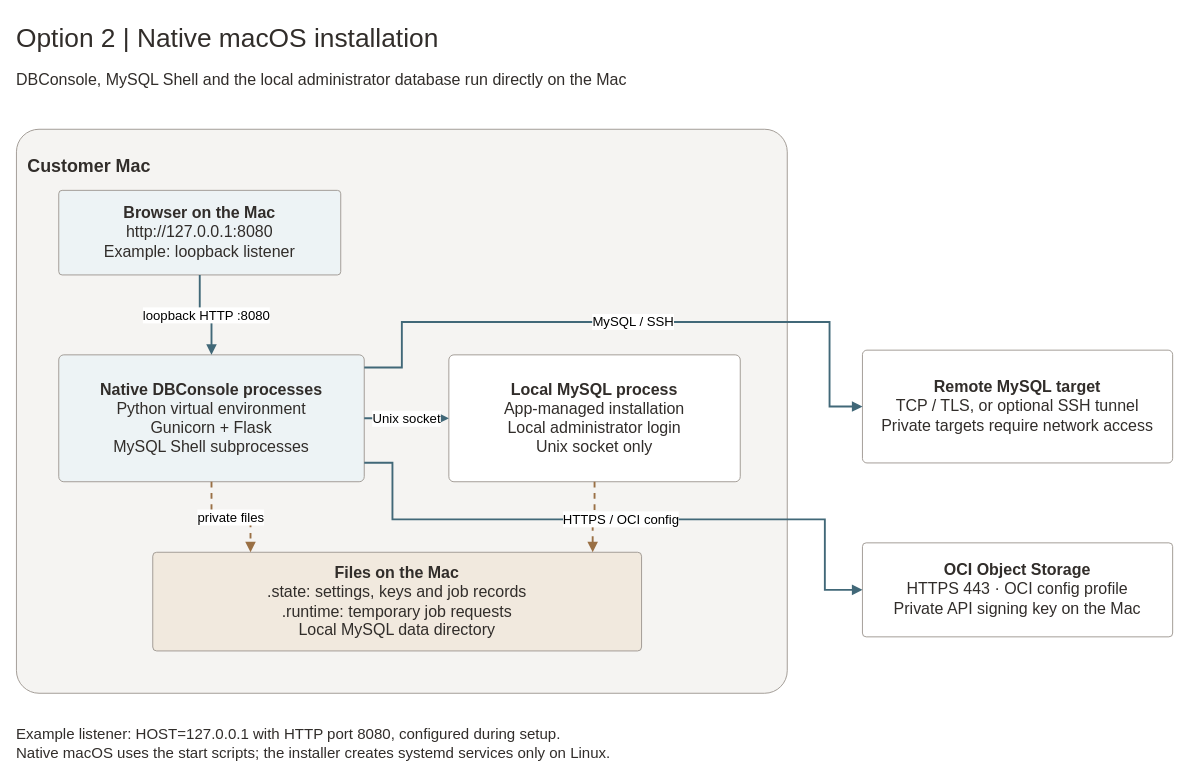
Before: docs/diagrams/architecture-macos.drawio in ivanxma/mysqlconsole, a draw.io diagram. Source tidied: cells renumbered, new cells numbered last; positions are measured from the earlier drawing's top-left corner, leaving out a move shared by most shapes. Both pictures are drawn from the tidied source at 94%, with x=0, y=0 at pixel (16, 16).
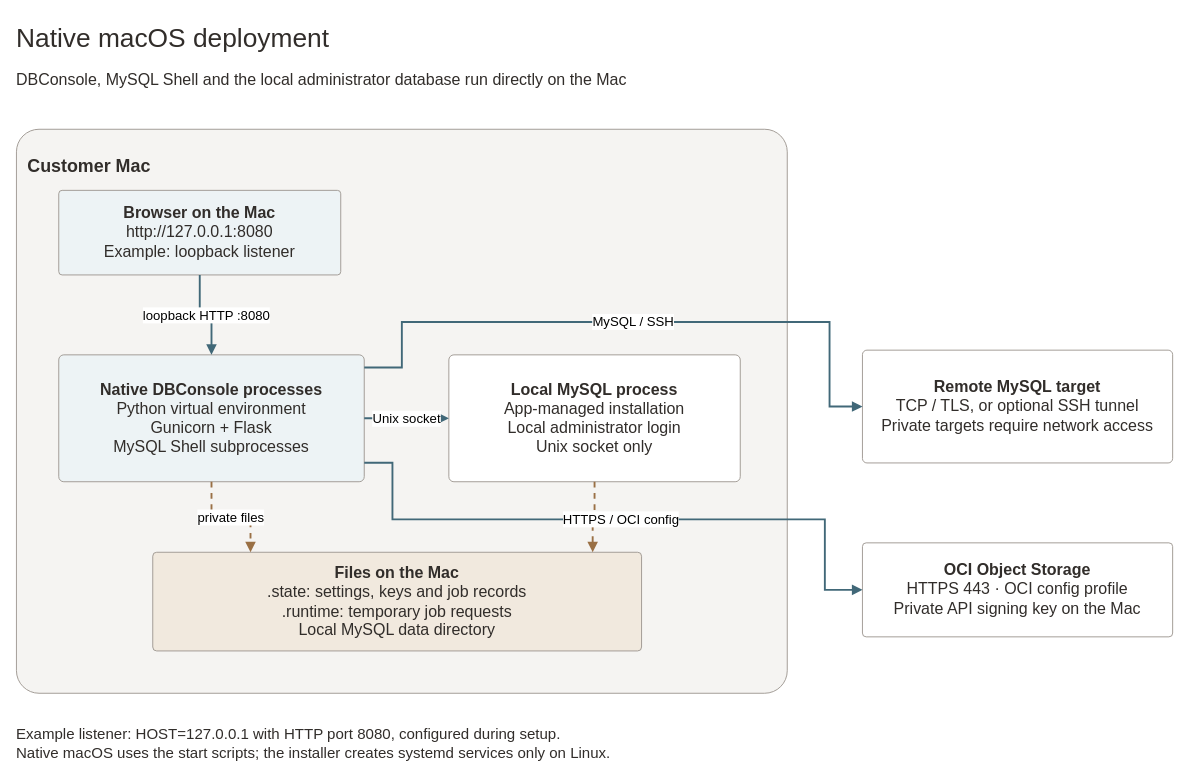
The same page after the edit.

Commit message (it also covers changes not shown here):
docs: remove conflicting deployment option numbers

Diff of the diagram source:
```diff
@@
-    <mxCell id="2" value="Option 2  |  Native macOS installation" style="rounded=1;arcSize=4;whiteSpace=wrap;html=1;fontFamily=Helvetica;fontSize=17;fontColor=#312D2A;fillColor=#FFFFFF;strokeColor=#9E9892;spacing=12;fillColor=none;strokeColor=none;align=left;spacing=0;fontSize=28;" parent="1" vertex="1">
+    <mxCell id="2" value="Native macOS deployment" style="rounded=1;arcSize=4;whiteSpace=wrap;html=1;fontFamily=Helvetica;fontSize=17;fontColor=#312D2A;fillColor=#FFFFFF;strokeColor=#9E9892;spacing=12;fillColor=none;strokeColor=none;align=left;spacing=0;fontSize=28;" parent="1" vertex="1">
       <mxGeometry width="1240" height="45" as="geometry" />
     </mxCell>
```
